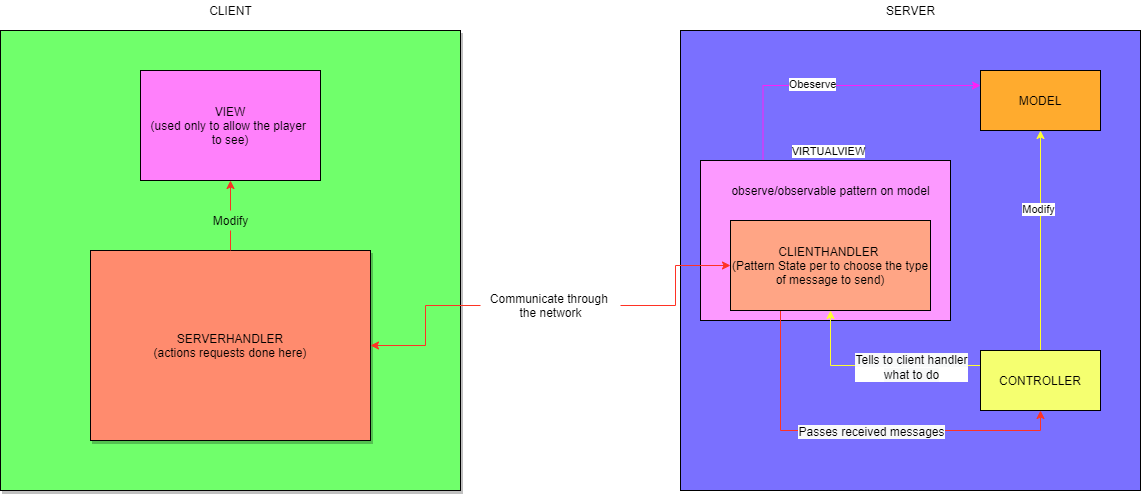
Before: Deliverables/Network_schema.png, a diagram exported from draw.io (Roberto99-ops/ing-sw-2021-Molgora-Magistrali-Liut_Aymar). Source tidied: cells renumbered, new cells last; positions are measured from the earlier drawing's top-left corner, leaving out a move shared by most shapes.
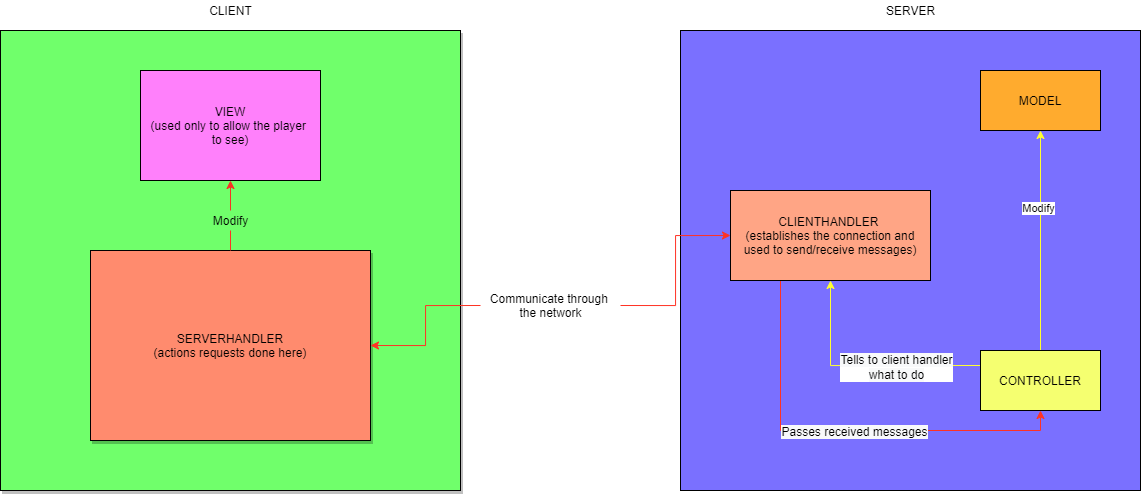
After the commit.

Commit message:
network schema updated

Diff of the diagram source:
```diff
@@ -5,20 +5,6 @@
     <mxCell id="2" style="whiteSpace=wrap;html=1;fillColor=#7A70FF;" parent="1" vertex="1">
       <mxGeometry x="680" y="30" width="460" height="460" as="geometry" />
     </mxCell>
-    <mxCell id="3" style="edgeStyle=orthogonalEdgeStyle;rounded=0;jettySize=auto;html=1;exitX=0.25;exitY=0;exitDx=0;exitDy=0;entryX=0;entryY=0.25;entryDx=0;entryDy=0;strokeColor=#FF1FF8;" parent="1" edge="1" source="6" target="13">
-      <mxGeometry relative="1" as="geometry" />
-    </mxCell>
-    <mxCell id="4" value="Obeserve" style="edgeLabel;html=1;align=center;verticalAlign=middle;" parent="3" vertex="1">
-      <mxGeometry x="-0.15" y="2" relative="1" as="geometry" />
-    </mxCell>
-    <mxCell id="5" value="VIRTUALVIEW" style="edgeLabel;html=1;align=center;verticalAlign=middle;fillColor=#FF99F8;strokeColor=#FF75FA;" parent="3" vertex="1">
-      <mxGeometry x="0.45" y="2" relative="1" as="geometry">
-        <mxPoint x="-72" y="67" as="offset" />
-      </mxGeometry>
-    </mxCell>
-    <mxCell id="6" style="rounded=0;whiteSpace=wrap;html=1;fillColor=#FC99FF;" parent="1" vertex="1">
-      <mxGeometry x="700" y="160" width="250" height="160" as="geometry" />
-    </mxCell>
     <mxCell id="7" style="whiteSpace=wrap;html=1;shadow=1;fillColor=#70FF6B;" parent="1" vertex="1">
       <mxGeometry y="30" width="460" height="460" as="geometry" />
     </mxCell>
@@ -65,8 +51,8 @@
         <mxPoint x="27" y="-1" as="offset" />
       </mxGeometry>
     </mxCell>
-    <mxCell id="21" value="CLIENTHANDLER&amp;nbsp;&lt;br&gt;(Pattern State per to choose the type&lt;br&gt;of message to send)" style="rounded=0;whiteSpace=wrap;html=1;fillColor=#FFA585;" parent="1" vertex="1">
-      <mxGeometry x="730" y="220" width="200" height="90" as="geometry" />
+    <mxCell id="21" value="CLIENTHANDLER&amp;nbsp;&lt;br&gt;(establishes the connection and used to send/receive messages)" style="rounded=0;whiteSpace=wrap;html=1;fillColor=#FFA585;" parent="1" vertex="1">
+      <mxGeometry x="730" y="190" width="200" height="90" as="geometry" />
     </mxCell>
     <mxCell id="22" value="Modify" style="text;html=1;align=center;verticalAlign=middle;points=[];strokeColor=none;" parent="1" vertex="1">
       <mxGeometry x="205" y="210" width="50" height="20" as="geometry" />
@@ -83,8 +69,5 @@
     <mxCell id="26" style="endArrow=none;startArrow=classic;html=1;rounded=0;edgeStyle=orthogonalEdgeStyle;exitX=1;exitY=0.5;exitDx=0;exitDy=0;entryX=0;entryY=0.5;entryDx=0;entryDy=0;strokeColor=#FF3224;" parent="1" edge="1" source="12" target="25">
       <mxGeometry relative="1" as="geometry" />
     </mxCell>
-    <mxCell id="27" value="observe/observable pattern on model" style="text;html=1;align=center;verticalAlign=middle;strokeColor=none;" parent="1" vertex="1">
-      <mxGeometry x="725" y="180" width="210" height="20" as="geometry" />
-    </mxCell>
   </root>
 </mxGraphModel>
```
